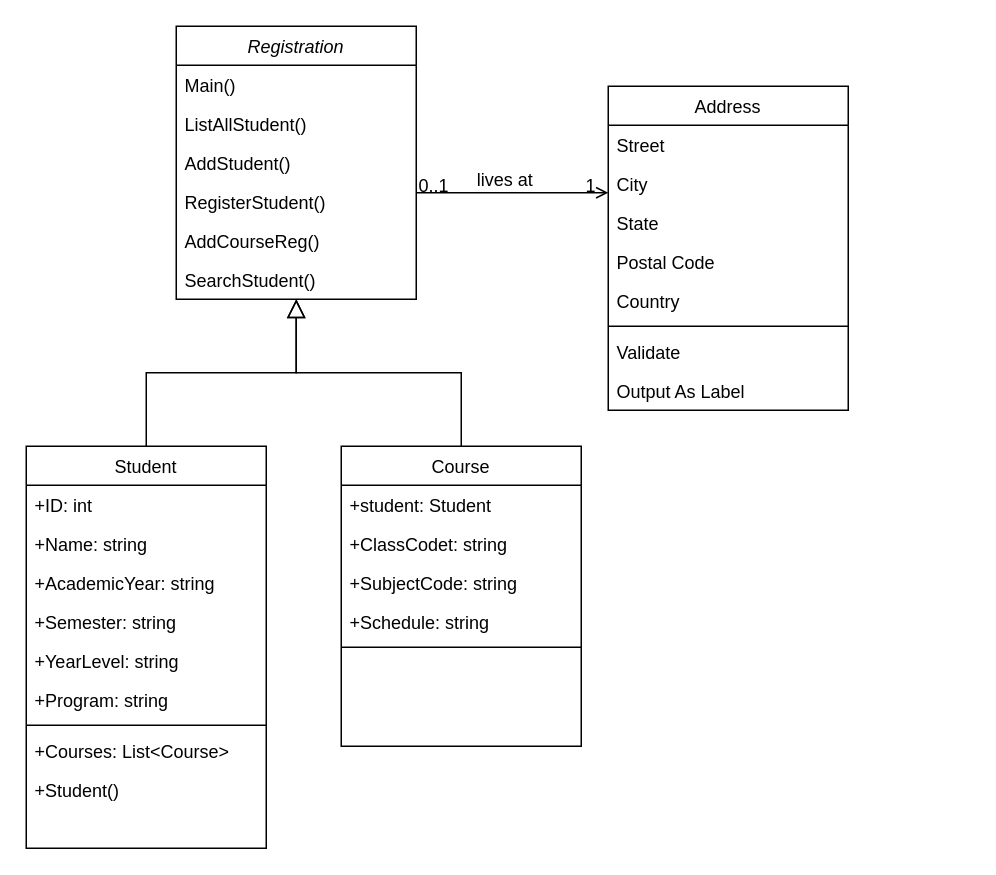
Above: activitydiagram.drawio in Hearteu/Portfolio (draw.io), before the change. Source tidied: cells renumbered, new cells numbered last; positions are measured from the earlier drawing's top-left corner, leaving out a move shared by most shapes. Both pictures are drawn from the tidied source at 150%, with x=0, y=0 at pixel (26, 26).
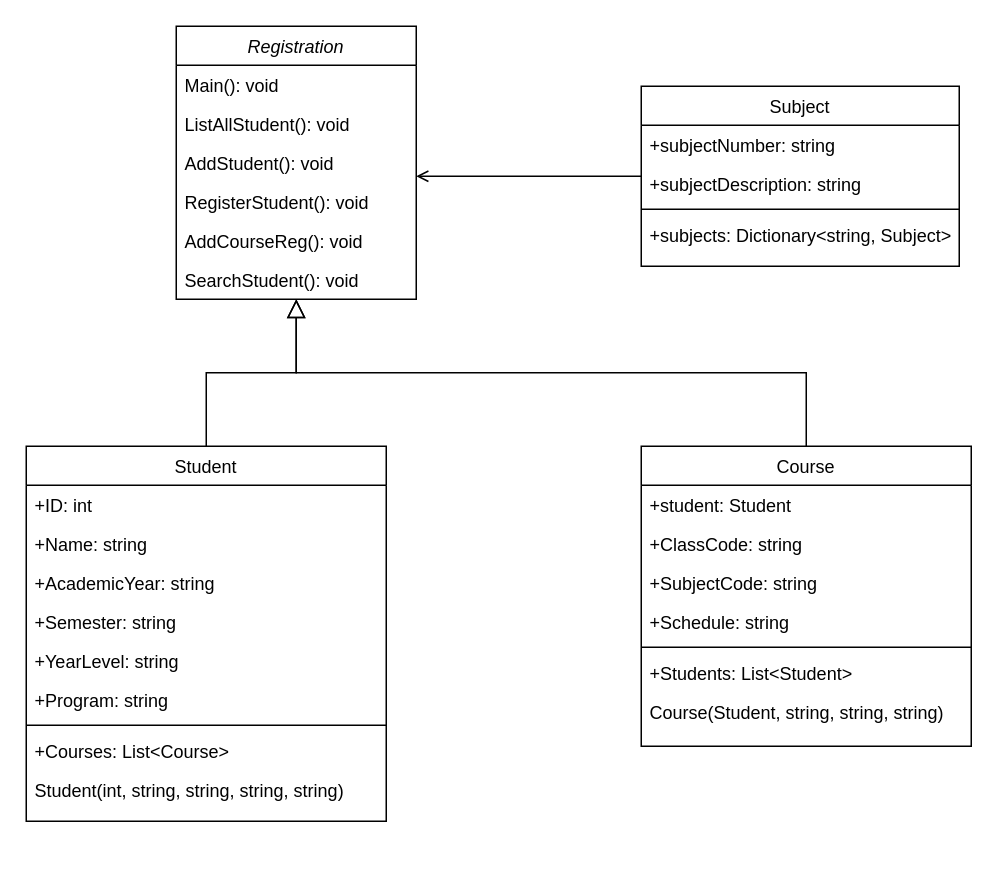
Above is the later version.

Unchanged cells that the change refers to:
```xml
<mxCell id="2" value="Registration" style="swimlane;fontStyle=2;align=center;verticalAlign=top;horizontal=1;startSize=26;rounded=0;shadow=0;strokeWidth=1;" parent="1" vertex="1">
  <mxGeometry x="100" width="160" height="182" as="geometry" />
</mxCell>
```

What changed in the source:
```diff
@@
-    <mxCell id="3" value="Main()" style="text;align=left;verticalAlign=top;spacingLeft=4;spacingRight=4;overflow=hidden;" parent="2" vertex="1">
+    <mxCell id="3" value="Main(): void" style="text;align=left;verticalAlign=top;spacingLeft=4;spacingRight=4;overflow=hidden;" parent="2" vertex="1">
       <mxGeometry y="26" width="160" height="26" as="geometry" />
     </mxCell>
-    <mxCell id="4" value="ListAllStudent()" style="text;align=left;verticalAlign=top;spacingLeft=4;spacingRight=4;overflow=hidden;rounded=0;shadow=0;html=0;" parent="2" vertex="1">
+    <mxCell id="4" value="ListAllStudent(): void" style="text;align=left;verticalAlign=top;spacingLeft=4;spacingRight=4;overflow=hidden;rounded=0;shadow=0;html=0;" parent="2" vertex="1">
       <mxGeometry y="52" width="160" height="26" as="geometry" />
     </mxCell>
-    <mxCell id="5" value="AddStudent()" style="text;align=left;verticalAlign=top;spacingLeft=4;spacingRight=4;overflow=hidden;rounded=0;shadow=0;html=0;" parent="2" vertex="1">
+    <mxCell id="5" value="AddStudent(): void" style="text;align=left;verticalAlign=top;spacingLeft=4;spacingRight=4;overflow=hidden;rounded=0;shadow=0;html=0;" parent="2" vertex="1">
       <mxGeometry y="78" width="160" height="26" as="geometry" />
     </mxCell>
-    <mxCell id="6" value="RegisterStudent()" style="text;align=left;verticalAlign=top;spacingLeft=4;spacingRight=4;overflow=hidden;rounded=0;shadow=0;html=0;" parent="2" vertex="1">
+    <mxCell id="6" value="RegisterStudent(): void" style="text;align=left;verticalAlign=top;spacingLeft=4;spacingRight=4;overflow=hidden;rounded=0;shadow=0;html=0;" parent="2" vertex="1">
       <mxGeometry y="104" width="160" height="26" as="geometry" />
     </mxCell>
-    <mxCell id="7" value="AddCourseReg()" style="text;align=left;verticalAlign=top;spacingLeft=4;spacingRight=4;overflow=hidden;rounded=0;shadow=0;html=0;" parent="2" vertex="1">
+    <mxCell id="7" value="AddCourseReg(): void" style="text;align=left;verticalAlign=top;spacingLeft=4;spacingRight=4;overflow=hidden;rounded=0;shadow=0;html=0;" parent="2" vertex="1">
       <mxGeometry y="130" width="160" height="26" as="geometry" />
     </mxCell>
-    <mxCell id="8" value="SearchStudent()" style="text;align=left;verticalAlign=top;spacingLeft=4;spacingRight=4;overflow=hidden;rounded=0;shadow=0;html=0;" parent="2" vertex="1">
+    <mxCell id="8" value="SearchStudent(): void" style="text;align=left;verticalAlign=top;spacingLeft=4;spacingRight=4;overflow=hidden;rounded=0;shadow=0;html=0;" parent="2" vertex="1">
       <mxGeometry y="156" width="160" height="26" as="geometry" />
     </mxCell>
     <mxCell id="9" value="Student" style="swimlane;fontStyle=0;align=center;verticalAlign=top;horizontal=1;startSize=26;rounded=0;shadow=0;strokeWidth=1;" parent="1" vertex="1">
-      <mxGeometry y="280" width="160" height="268" as="geometry" />
+      <mxGeometry y="280" width="240" height="250" as="geometry" />
     </mxCell>
     <mxCell id="10" value="+ID: int" style="text;align=left;verticalAlign=top;spacingLeft=4;spacingRight=4;overflow=hidden;" parent="9" vertex="1">
-      <mxGeometry y="26" width="160" height="26" as="geometry" />
+      <mxGeometry y="26" width="240" height="26" as="geometry" />
     </mxCell>
     <mxCell id="11" value="+Name: string" style="text;strokeColor=none;fillColor=none;align=left;verticalAlign=top;spacingLeft=4;spacingRight=4;overflow=hidden;" parent="9" vertex="1">
-      <mxGeometry y="52" width="160" height="26" as="geometry" />
+      <mxGeometry y="52" width="240" height="26" as="geometry" />
     </mxCell>
     <mxCell id="12" value="+AcademicYear: string" style="text;strokeColor=none;fillColor=none;align=left;verticalAlign=top;spacingLeft=4;spacingRight=4;overflow=hidden;" parent="9" vertex="1">
-      <mxGeometry y="78" width="160" height="26" as="geometry" />
+      <mxGeometry y="78" width="240" height="26" as="geometry" />
     </mxCell>
     <mxCell id="13" value="+Semester: string" style="text;strokeColor=none;fillColor=none;align=left;verticalAlign=top;spacingLeft=4;spacingRight=4;overflow=hidden;" parent="9" vertex="1">
-      <mxGeometry y="104" width="160" height="26" as="geometry" />
+      <mxGeometry y="104" width="240" height="26" as="geometry" />
     </mxCell>
     <mxCell id="14" value="+YearLevel: string" style="text;strokeColor=none;fillColor=none;align=left;verticalAlign=top;spacingLeft=4;spacingRight=4;overflow=hidden;" parent="9" vertex="1">
-      <mxGeometry y="130" width="160" height="26" as="geometry" />
+      <mxGeometry y="130" width="240" height="26" as="geometry" />
     </mxCell>
     <mxCell id="15" value="+Program: string" style="text;strokeColor=none;fillColor=none;align=left;verticalAlign=top;spacingLeft=4;spacingRight=4;overflow=hidden;" parent="9" vertex="1">
-      <mxGeometry y="156" width="160" height="26" as="geometry" />
+      <mxGeometry y="156" width="240" height="26" as="geometry" />
     </mxCell>
     <mxCell id="16" style="line;html=1;strokeWidth=1;align=left;verticalAlign=middle;spacingTop=-1;spacingLeft=3;spacingRight=3;labelPosition=right;" parent="9" vertex="1">
-      <mxGeometry y="182" width="160" height="8" as="geometry" />
+      <mxGeometry y="182" width="240" height="8" as="geometry" />
     </mxCell>
     <mxCell id="17" value="+Courses: List&lt;Course&gt;" style="text;align=left;verticalAlign=top;spacingLeft=4;spacingRight=4;overflow=hidden;fontStyle=0;" parent="9" vertex="1">
-      <mxGeometry y="190" width="160" height="26" as="geometry" />
+      <mxGeometry y="190" width="240" height="26" as="geometry" />
     </mxCell>
-    <mxCell id="18" value="+Student()" style="text;align=left;verticalAlign=top;spacingLeft=4;spacingRight=4;overflow=hidden;" parent="9" vertex="1">
-      <mxGeometry y="216" width="160" height="26" as="geometry" />
+    <mxCell id="18" value="Student(int, string, string, string, string)" style="text;align=left;verticalAlign=top;spacingLeft=4;spacingRight=4;overflow=hidden;" parent="9" vertex="1">
+      <mxGeometry y="216" width="240" height="26" as="geometry" />
     </mxCell>
@@
     <mxCell id="20" value="Course" style="swimlane;fontStyle=0;align=center;verticalAlign=top;horizontal=1;startSize=26;rounded=0;shadow=0;strokeWidth=1;" parent="1" vertex="1">
-      <mxGeometry x="210" y="280" width="160" height="200" as="geometry" />
+      <mxGeometry x="410" y="280" width="220" height="200" as="geometry" />
     </mxCell>
     <mxCell id="21" value="+student: Student" style="text;align=left;verticalAlign=top;spacingLeft=4;spacingRight=4;overflow=hidden;" parent="20" vertex="1">
-      <mxGeometry y="26" width="160" height="26" as="geometry" />
+      <mxGeometry y="26" width="220" height="26" as="geometry" />
     </mxCell>
-    <mxCell id="22" value="+ClassCodet: string" style="text;align=left;verticalAlign=top;spacingLeft=4;spacingRight=4;overflow=hidden;" parent="20" vertex="1">
-      <mxGeometry y="52" width="160" height="26" as="geometry" />
+    <mxCell id="22" value="+ClassCode: string" style="text;align=left;verticalAlign=top;spacingLeft=4;spacingRight=4;overflow=hidden;" parent="20" vertex="1">
+      <mxGeometry y="52" width="220" height="26" as="geometry" />
     </mxCell>
     <mxCell id="23" value="+SubjectCode: string" style="text;align=left;verticalAlign=top;spacingLeft=4;spacingRight=4;overflow=hidden;" parent="20" vertex="1">
-      <mxGeometry y="78" width="160" height="26" as="geometry" />
+      <mxGeometry y="78" width="220" height="26" as="geometry" />
     </mxCell>
     <mxCell id="24" value="+Schedule: string" style="text;align=left;verticalAlign=top;spacingLeft=4;spacingRight=4;overflow=hidden;" parent="20" vertex="1">
-      <mxGeometry y="104" width="160" height="26" as="geometry" />
+      <mxGeometry y="104" width="220" height="26" as="geometry" />
     </mxCell>
     <mxCell id="25" style="line;html=1;strokeWidth=1;align=left;verticalAlign=middle;spacingTop=-1;spacingLeft=3;spacingRight=3;labelPosition=right;" parent="20" vertex="1">
-      <mxGeometry y="130" width="160" height="8" as="geometry" />
+      <mxGeometry y="130" width="220" height="8" as="geometry" />
     </mxCell>
+    <mxCell id="40" value="+Students: List&lt;Student&gt;" style="text;align=left;verticalAlign=top;spacingLeft=4;spacingRight=4;overflow=hidden;" parent="20" vertex="1">
+      <mxGeometry y="138" width="220" height="26" as="geometry" />
+    </mxCell>
+    <mxCell id="41" value="Course(Student, string, string, string)" style="text;align=left;verticalAlign=top;spacingLeft=4;spacingRight=4;overflow=hidden;" parent="20" vertex="1">
+      <mxGeometry y="164" width="220" height="26" as="geometry" />
+    </mxCell>
@@
-    <mxCell id="27" value="Address" style="swimlane;fontStyle=0;align=center;verticalAlign=top;horizontal=1;startSize=26;rounded=0;shadow=0;strokeWidth=1;" parent="1" vertex="1">
-      <mxGeometry x="388" y="40" width="160" height="216" as="geometry" />
+    <mxCell id="27" value="Subject" style="swimlane;fontStyle=0;align=center;verticalAlign=top;horizontal=1;startSize=26;rounded=0;shadow=0;strokeWidth=1;" parent="1" vertex="1">
+      <mxGeometry x="410" y="40" width="212" height="120" as="geometry" />
     </mxCell>
-    <mxCell id="28" value="Street" style="text;align=left;verticalAlign=top;spacingLeft=4;spacingRight=4;overflow=hidden;" parent="27" vertex="1">
-      <mxGeometry y="26" width="160" height="26" as="geometry" />
+    <mxCell id="28" value="+subjectNumber: string" style="text;align=left;verticalAlign=top;spacingLeft=4;spacingRight=4;overflow=hidden;" parent="27" vertex="1">
+      <mxGeometry y="26" width="212" height="26" as="geometry" />
     </mxCell>
-    <mxCell id="29" value="City" style="text;align=left;verticalAlign=top;spacingLeft=4;spacingRight=4;overflow=hidden;rounded=0;shadow=0;html=0;" parent="27" vertex="1">
-      <mxGeometry y="52" width="160" height="26" as="geometry" />
+    <mxCell id="29" value="+subjectDescription: string" style="text;align=left;verticalAlign=top;spacingLeft=4;spacingRight=4;overflow=hidden;rounded=0;shadow=0;html=0;" parent="27" vertex="1">
+      <mxGeometry y="52" width="212" height="26" as="geometry" />
     </mxCell>
-    <mxCell id="30" value="State" style="text;align=left;verticalAlign=top;spacingLeft=4;spacingRight=4;overflow=hidden;rounded=0;shadow=0;html=0;" parent="27" vertex="1">
-      <mxGeometry y="78" width="160" height="26" as="geometry" />
-    </mxCell>
-    <mxCell id="31" value="Postal Code" style="text;align=left;verticalAlign=top;spacingLeft=4;spacingRight=4;overflow=hidden;rounded=0;shadow=0;html=0;" parent="27" vertex="1">
-      <mxGeometry y="104" width="160" height="26" as="geometry" />
-    </mxCell>
-    <mxCell id="32" value="Country" style="text;align=left;verticalAlign=top;spacingLeft=4;spacingRight=4;overflow=hidden;rounded=0;shadow=0;html=0;" parent="27" vertex="1">
-      <mxGeometry y="130" width="160" height="26" as="geometry" />
-    </mxCell>
     <mxCell id="33" style="line;html=1;strokeWidth=1;align=left;verticalAlign=middle;spacingTop=-1;spacingLeft=3;spacingRight=3;labelPosition=right;" parent="27" vertex="1">
-      <mxGeometry y="156" width="160" height="8" as="geometry" />
+      <mxGeometry y="78" width="212" height="8" as="geometry" />
     </mxCell>
-    <mxCell id="34" value="Validate" style="text;align=left;verticalAlign=top;spacingLeft=4;spacingRight=4;overflow=hidden;" parent="27" vertex="1">
-      <mxGeometry y="164" width="160" height="26" as="geometry" />
+    <mxCell id="34" value="+subjects: Dictionary&lt;string, Subject&gt;" style="text;align=left;verticalAlign=top;spacingLeft=4;spacingRight=4;overflow=hidden;" parent="27" vertex="1">
+      <mxGeometry y="86" width="212" height="26" as="geometry" />
     </mxCell>
-    <mxCell id="35" value="Output As Label" style="text;align=left;verticalAlign=top;spacingLeft=4;spacingRight=4;overflow=hidden;" parent="27" vertex="1">
-      <mxGeometry y="190" width="160" height="26" as="geometry" />
-    </mxCell>
-    <mxCell id="36" style="endArrow=open;shadow=0;strokeWidth=1;rounded=0;endFill=1;edgeStyle=elbowEdgeStyle;elbow=vertical;" parent="1" edge="1" source="2" target="27">
+    <mxCell id="36" style="endArrow=open;shadow=0;strokeWidth=1;rounded=0;endFill=1;edgeStyle=elbowEdgeStyle;elbow=vertical;" parent="1" edge="1" source="27" target="2">
       <mxGeometry x="0.5" y="41" relative="1" as="geometry">
         <mxPoint x="-40" y="32" as="offset" />
       </mxGeometry>
     </mxCell>
-    <mxCell id="37" value="0..1" style="align=left;verticalAlign=bottom;labelBackgroundColor=none;fontSize=12;" parent="36" vertex="1">
-      <mxGeometry x="-1" relative="1" as="geometry">
-        <mxPoint y="4" as="offset" />
-      </mxGeometry>
-    </mxCell>
-    <mxCell id="38" value="1" style="align=right;verticalAlign=bottom;labelBackgroundColor=none;fontSize=12;" parent="36" vertex="1">
-      <mxGeometry x="1" relative="1" as="geometry">
-        <mxPoint x="-7" y="4" as="offset" />
-      </mxGeometry>
-    </mxCell>
-    <mxCell id="39" value="lives at" style="text;html=1;align=center;verticalAlign=middle;labelBackgroundColor=none;rounded=0;shadow=0;strokeWidth=1;fontSize=12;" parent="36" vertex="1">
-      <mxGeometry x="0.5" y="49" relative="1" as="geometry">
-        <mxPoint x="-38" y="40" as="offset" />
-      </mxGeometry>
-    </mxCell>
```
